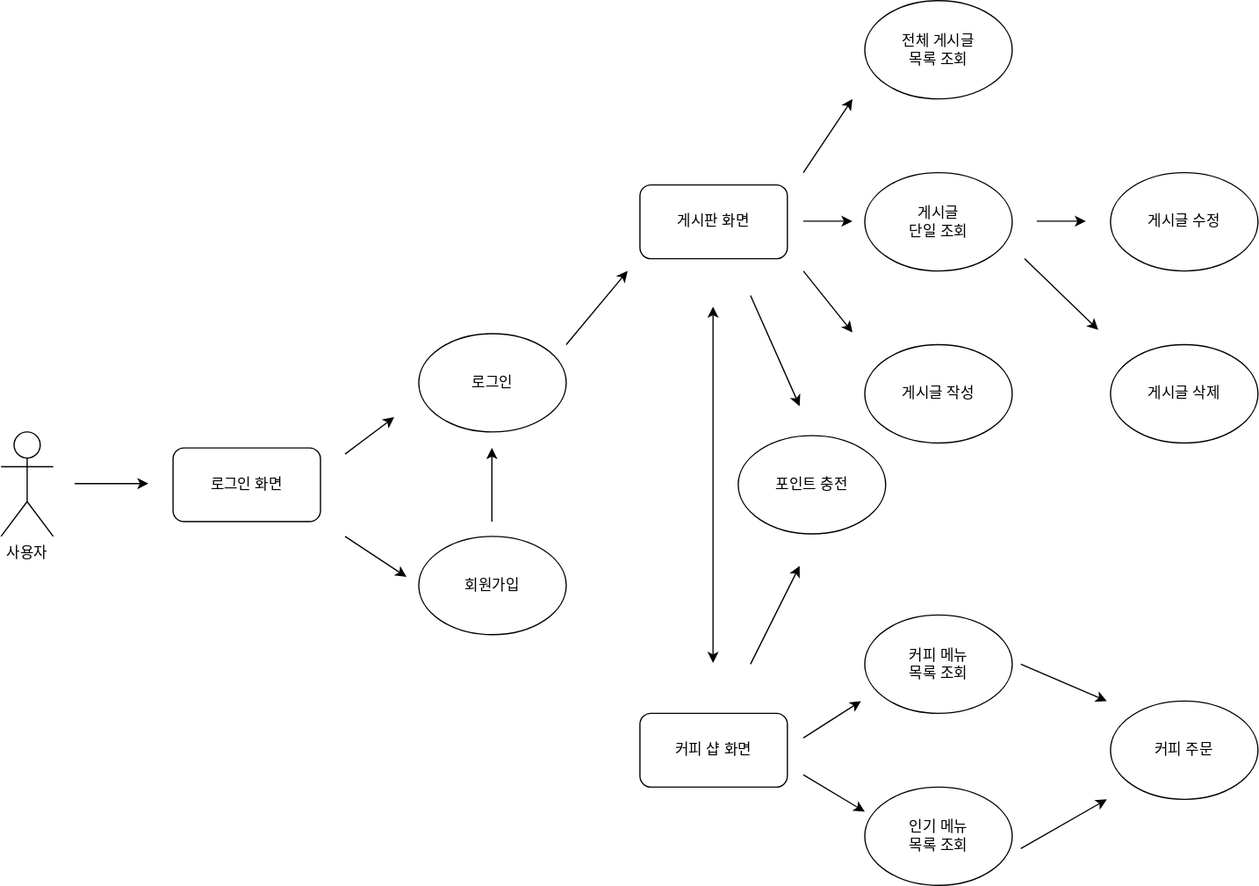
Before: docs/usecase.drawio.svg, a diagram exported from draw.io (nmin11/pre-voyage). Source tidied: cells renumbered, new cells last; positions are measured from the earlier drawing's top-left corner, leaving out a move shared by most shapes.
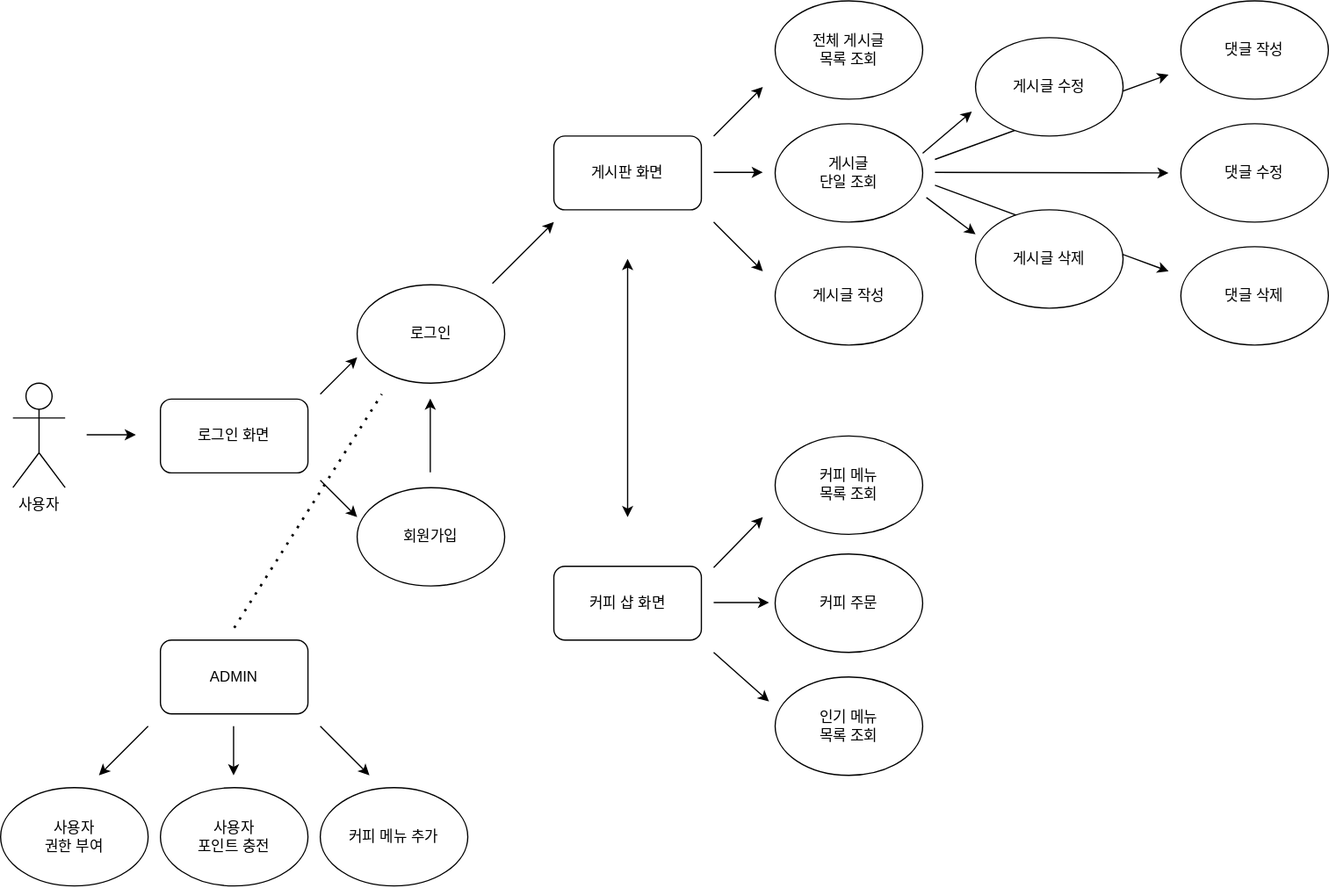
The same file after the commit.

Commit message:
docs: add missing use cases

Change to the diagram source:
```diff
@@ -6,148 +6,190 @@
       <mxGeometry y="351" width="42.5" height="85" as="geometry" />
     </mxCell>
     <mxCell id="3" value="회원가입" style="ellipse;whiteSpace=wrap;html=1;" parent="1" vertex="1">
-      <mxGeometry x="340" y="436" width="120" height="80" as="geometry" />
+      <mxGeometry x="280" y="436" width="120" height="80" as="geometry" />
     </mxCell>
     <mxCell id="4" value="로그인" style="ellipse;whiteSpace=wrap;html=1;" parent="1" vertex="1">
-      <mxGeometry x="340" y="271" width="120" height="80" as="geometry" />
+      <mxGeometry x="280" y="271" width="120" height="80" as="geometry" />
     </mxCell>
     <mxCell id="5" value="전체 게시글&lt;div&gt;목록 조회&lt;/div&gt;" style="ellipse;whiteSpace=wrap;html=1;" parent="1" vertex="1">
-      <mxGeometry x="703" width="120" height="80" as="geometry" />
+      <mxGeometry x="620" y="40" width="120" height="80" as="geometry" />
     </mxCell>
     <mxCell id="6" value="게시글 작성" style="ellipse;whiteSpace=wrap;html=1;" parent="1" vertex="1">
-      <mxGeometry x="703" y="280" width="120" height="80" as="geometry" />
+      <mxGeometry x="620" y="240" width="120" height="80" as="geometry" />
     </mxCell>
     <mxCell id="7" value="게시글&lt;div&gt;단일 조회&lt;/div&gt;" style="ellipse;whiteSpace=wrap;html=1;" parent="1" vertex="1">
-      <mxGeometry x="703" y="140" width="120" height="80" as="geometry" />
+      <mxGeometry x="620" y="140" width="120" height="80" as="geometry" />
     </mxCell>
     <mxCell id="8" value="로그인 화면" style="rounded=1;whiteSpace=wrap;html=1;" parent="1" vertex="1">
-      <mxGeometry x="140" y="364" width="120" height="60" as="geometry" />
+      <mxGeometry x="120" y="364" width="120" height="60" as="geometry" />
     </mxCell>
     <mxCell id="9" value="게시판 화면" style="rounded=1;whiteSpace=wrap;html=1;" parent="1" vertex="1">
-      <mxGeometry x="520" y="150" width="120" height="60" as="geometry" />
+      <mxGeometry x="440" y="150" width="120" height="60" as="geometry" />
     </mxCell>
     <mxCell id="10" value="커피 샵 화면" style="rounded=1;whiteSpace=wrap;html=1;" parent="1" vertex="1">
-      <mxGeometry x="520" y="580" width="120" height="60" as="geometry" />
+      <mxGeometry x="440" y="500" width="120" height="60" as="geometry" />
     </mxCell>
     <mxCell id="11" style="endArrow=classic;html=1;rounded=0;" parent="1" edge="1">
       <mxGeometry relative="1" as="geometry">
         <mxPoint x="60" y="393" as="sourcePoint" />
-        <mxPoint x="120" y="393" as="targetPoint" />
+        <mxPoint x="100" y="393" as="targetPoint" />
       </mxGeometry>
     </mxCell>
-    <mxCell id="12" style="endArrow=classic;html=1;rounded=0;" parent="1" edge="1">
-      <mxGeometry relative="1" as="geometry">
-        <mxPoint x="280" y="369" as="sourcePoint" />
-        <mxPoint x="320" y="339" as="targetPoint" />
-      </mxGeometry>
-    </mxCell>
-    <mxCell id="13" style="endArrow=classic;html=1;rounded=0;" parent="1" edge="1">
-      <mxGeometry relative="1" as="geometry">
-        <mxPoint x="280" y="436" as="sourcePoint" />
-        <mxPoint x="330" y="469" as="targetPoint" />
-      </mxGeometry>
-    </mxCell>
     <mxCell id="14" style="endArrow=classic;html=1;rounded=0;" parent="1" edge="1">
       <mxGeometry relative="1" as="geometry">
-        <mxPoint x="399.5" y="424" as="sourcePoint" />
-        <mxPoint x="399.5" y="364" as="targetPoint" />
+        <mxPoint x="339.5" y="423.5" as="sourcePoint" />
+        <mxPoint x="339.5" y="363.5" as="targetPoint" />
       </mxGeometry>
     </mxCell>
-    <mxCell id="15" value="게시글 수정" style="ellipse;whiteSpace=wrap;html=1;" parent="1" vertex="1">
-      <mxGeometry x="903" y="140" width="120" height="80" as="geometry" />
-    </mxCell>
-    <mxCell id="16" value="게시글 삭제" style="ellipse;whiteSpace=wrap;html=1;" parent="1" vertex="1">
-      <mxGeometry x="903" y="280" width="120" height="80" as="geometry" />
-    </mxCell>
-    <mxCell id="17" style="endArrow=classic;html=1;rounded=0;" parent="1" edge="1">
-      <mxGeometry relative="1" as="geometry">
-        <mxPoint x="653" y="179.5" as="sourcePoint" />
-        <mxPoint x="693" y="179.5" as="targetPoint" />
-      </mxGeometry>
-    </mxCell>
-    <mxCell id="18" style="endArrow=classic;html=1;rounded=0;" parent="1" edge="1">
-      <mxGeometry relative="1" as="geometry">
-        <mxPoint x="843" y="179.5" as="sourcePoint" />
-        <mxPoint x="883" y="179.5" as="targetPoint" />
-      </mxGeometry>
-    </mxCell>
-    <mxCell id="19" style="endArrow=classic;html=1;rounded=0;" parent="1" edge="1">
-      <mxGeometry relative="1" as="geometry">
-        <mxPoint x="653" y="140" as="sourcePoint" />
-        <mxPoint x="693" y="80" as="targetPoint" />
-      </mxGeometry>
-    </mxCell>
-    <mxCell id="20" style="endArrow=classic;html=1;rounded=0;" parent="1" edge="1">
-      <mxGeometry relative="1" as="geometry">
-        <mxPoint x="653" y="220" as="sourcePoint" />
-        <mxPoint x="693" y="270" as="targetPoint" />
-      </mxGeometry>
-    </mxCell>
-    <mxCell id="21" style="endArrow=classic;html=1;rounded=0;" parent="1" edge="1">
-      <mxGeometry relative="1" as="geometry">
-        <mxPoint x="833" y="210" as="sourcePoint" />
-        <mxPoint x="893" y="268" as="targetPoint" />
-      </mxGeometry>
-    </mxCell>
     <mxCell id="22" value="커피 메뉴&lt;div&gt;목록 조회&lt;/div&gt;" style="ellipse;whiteSpace=wrap;html=1;" parent="1" vertex="1">
-      <mxGeometry x="703" y="500" width="120" height="80" as="geometry" />
+      <mxGeometry x="620" y="394" width="120" height="80" as="geometry" />
     </mxCell>
-    <mxCell id="23" value="포인트 충전" style="ellipse;whiteSpace=wrap;html=1;" parent="1" vertex="1">
-      <mxGeometry x="600" y="354" width="120" height="80" as="geometry" />
+    <mxCell id="23" value="사용자&lt;br&gt;권한 부여" style="ellipse;whiteSpace=wrap;html=1;" parent="1" vertex="1">
+      <mxGeometry x="-10" y="680" width="120" height="80" as="geometry" />
     </mxCell>
     <mxCell id="24" value="커피 주문" style="ellipse;whiteSpace=wrap;html=1;" parent="1" vertex="1">
-      <mxGeometry x="903" y="570" width="120" height="80" as="geometry" />
+      <mxGeometry x="620" y="490" width="120" height="80" as="geometry" />
     </mxCell>
     <mxCell id="25" value="인기 메뉴&lt;div&gt;목록 조회&lt;/div&gt;" style="ellipse;whiteSpace=wrap;html=1;" parent="1" vertex="1">
-      <mxGeometry x="703" y="640" width="120" height="80" as="geometry" />
+      <mxGeometry x="620" y="590" width="120" height="80" as="geometry" />
     </mxCell>
-    <mxCell id="26" style="endArrow=classic;html=1;rounded=0;" parent="1" edge="1">
-      <mxGeometry relative="1" as="geometry">
-        <mxPoint x="460" y="280" as="sourcePoint" />
-        <mxPoint x="510" y="220" as="targetPoint" />
-      </mxGeometry>
-    </mxCell>
     <mxCell id="27" style="endArrow=classic;startArrow=classic;html=1;rounded=0;" parent="1" edge="1">
       <mxGeometry relative="1" as="geometry">
-        <mxPoint x="579.5" y="539" as="sourcePoint" />
-        <mxPoint x="579.5" y="249" as="targetPoint" />
+        <mxPoint x="500" y="460" as="sourcePoint" />
+        <mxPoint x="500" y="250" as="targetPoint" />
       </mxGeometry>
     </mxCell>
-    <mxCell id="28" style="endArrow=classic;html=1;rounded=0;" parent="1" edge="1">
-      <mxGeometry relative="1" as="geometry">
-        <mxPoint x="610" y="240" as="sourcePoint" />
-        <mxPoint x="650" y="330" as="targetPoint" />
-      </mxGeometry>
-    </mxCell>
-    <mxCell id="29" style="endArrow=classic;html=1;rounded=0;" parent="1" edge="1">
-      <mxGeometry relative="1" as="geometry">
-        <mxPoint x="610" y="540" as="sourcePoint" />
-        <mxPoint x="650" y="460" as="targetPoint" />
-      </mxGeometry>
-    </mxCell>
-    <mxCell id="30" style="endArrow=classic;html=1;rounded=0;" parent="1" edge="1">
-      <mxGeometry relative="1" as="geometry">
-        <mxPoint x="653" y="600" as="sourcePoint" />
-        <mxPoint x="700" y="570" as="targetPoint" />
-      </mxGeometry>
-    </mxCell>
-    <mxCell id="31" style="endArrow=classic;html=1;rounded=0;" parent="1" edge="1">
-      <mxGeometry relative="1" as="geometry">
-        <mxPoint x="653" y="630" as="sourcePoint" />
-        <mxPoint x="703" y="660" as="targetPoint" />
-      </mxGeometry>
-    </mxCell>
-    <mxCell id="32" style="endArrow=classic;html=1;rounded=0;" parent="1" edge="1">
-      <mxGeometry relative="1" as="geometry">
-        <mxPoint x="830" y="540" as="sourcePoint" />
-        <mxPoint x="900" y="570" as="targetPoint" />
-      </mxGeometry>
-    </mxCell>
-    <mxCell id="33" style="endArrow=classic;html=1;rounded=0;" parent="1" edge="1">
-      <mxGeometry relative="1" as="geometry">
-        <mxPoint x="830" y="690" as="sourcePoint" />
-        <mxPoint x="900" y="650" as="targetPoint" />
-      </mxGeometry>
-    </mxCell>
+    <mxCell id="34" value="댓글 작성" style="ellipse;whiteSpace=wrap;html=1;" parent="1" vertex="1">
+      <mxGeometry x="950" y="40" width="120" height="80" as="geometry" />
+    </mxCell>
+    <mxCell id="35" value="댓글 수정" style="ellipse;whiteSpace=wrap;html=1;" parent="1" vertex="1">
+      <mxGeometry x="950" y="140" width="120" height="80" as="geometry" />
+    </mxCell>
+    <mxCell id="36" value="댓글 삭제" style="ellipse;whiteSpace=wrap;html=1;" parent="1" vertex="1">
+      <mxGeometry x="950" y="240" width="120" height="80" as="geometry" />
+    </mxCell>
+    <mxCell id="37" value="ADMIN" style="rounded=1;whiteSpace=wrap;html=1;" parent="1" vertex="1">
+      <mxGeometry x="120" y="560" width="120" height="60" as="geometry" />
+    </mxCell>
+    <mxCell id="38" value="사용자&lt;br&gt;포인트 충전" style="ellipse;whiteSpace=wrap;html=1;" parent="1" vertex="1">
+      <mxGeometry x="120" y="680" width="120" height="80" as="geometry" />
+    </mxCell>
+    <mxCell id="39" value="커피 메뉴 추가" style="ellipse;whiteSpace=wrap;html=1;" parent="1" vertex="1">
+      <mxGeometry x="250" y="680" width="120" height="80" as="geometry" />
+    </mxCell>
+    <mxCell id="40" style="endArrow=classic;html=1;rounded=0;" parent="1" edge="1">
+      <mxGeometry relative="1" as="geometry">
+        <mxPoint x="250" y="360" as="sourcePoint" />
+        <mxPoint x="280" y="330" as="targetPoint" />
+      </mxGeometry>
+    </mxCell>
+    <mxCell id="41" style="endArrow=classic;html=1;rounded=0;" parent="1" edge="1">
+      <mxGeometry relative="1" as="geometry">
+        <mxPoint x="250" y="430" as="sourcePoint" />
+        <mxPoint x="280" y="460" as="targetPoint" />
+      </mxGeometry>
+    </mxCell>
+    <mxCell id="42" style="endArrow=none;dashed=1;html=1;dashPattern=1 3;strokeWidth=2;rounded=0;" parent="1" edge="1">
+      <mxGeometry relative="1" as="geometry">
+        <mxPoint x="180" y="550" as="sourcePoint" />
+        <mxPoint x="300" y="360" as="targetPoint" />
+      </mxGeometry>
+    </mxCell>
+    <mxCell id="43" style="endArrow=classic;html=1;rounded=0;" parent="1" edge="1">
+      <mxGeometry relative="1" as="geometry">
+        <mxPoint x="390" y="270" as="sourcePoint" />
+        <mxPoint x="440" y="220" as="targetPoint" />
+      </mxGeometry>
+    </mxCell>
+    <mxCell id="44" style="endArrow=classic;html=1;rounded=0;" parent="1" edge="1">
+      <mxGeometry relative="1" as="geometry">
+        <mxPoint x="110" y="630" as="sourcePoint" />
+        <mxPoint x="70" y="670" as="targetPoint" />
+      </mxGeometry>
+    </mxCell>
+    <mxCell id="45" style="endArrow=classic;html=1;rounded=0;" parent="1" edge="1">
+      <mxGeometry relative="1" as="geometry">
+        <mxPoint x="250" y="630" as="sourcePoint" />
+        <mxPoint x="290" y="670" as="targetPoint" />
+      </mxGeometry>
+    </mxCell>
+    <mxCell id="46" style="endArrow=classic;html=1;rounded=0;" parent="1" edge="1">
+      <mxGeometry relative="1" as="geometry">
+        <mxPoint x="179.5" y="630" as="sourcePoint" />
+        <mxPoint x="179.5" y="670" as="targetPoint" />
+      </mxGeometry>
+    </mxCell>
+    <mxCell id="47" style="endArrow=classic;html=1;rounded=0;" parent="1" edge="1">
+      <mxGeometry relative="1" as="geometry">
+        <mxPoint x="570" y="501" as="sourcePoint" />
+        <mxPoint x="610" y="460" as="targetPoint" />
+      </mxGeometry>
+    </mxCell>
+    <mxCell id="48" style="endArrow=classic;html=1;rounded=0;" parent="1" edge="1">
+      <mxGeometry relative="1" as="geometry">
+        <mxPoint x="570" y="529.5" as="sourcePoint" />
+        <mxPoint x="615" y="529.5" as="targetPoint" />
+      </mxGeometry>
+    </mxCell>
+    <mxCell id="49" style="endArrow=classic;html=1;rounded=0;" parent="1" edge="1">
+      <mxGeometry relative="1" as="geometry">
+        <mxPoint x="570" y="570" as="sourcePoint" />
+        <mxPoint x="615" y="610" as="targetPoint" />
+      </mxGeometry>
+    </mxCell>
+    <mxCell id="50" style="endArrow=classic;html=1;rounded=0;" parent="1" edge="1">
+      <mxGeometry relative="1" as="geometry">
+        <mxPoint x="570" y="150" as="sourcePoint" />
+        <mxPoint x="610" y="110" as="targetPoint" />
+      </mxGeometry>
+    </mxCell>
+    <mxCell id="51" style="endArrow=classic;html=1;rounded=0;" parent="1" edge="1">
+      <mxGeometry relative="1" as="geometry">
+        <mxPoint x="570" y="179.5" as="sourcePoint" />
+        <mxPoint x="610" y="179.5" as="targetPoint" />
+      </mxGeometry>
+    </mxCell>
+    <mxCell id="52" style="endArrow=classic;html=1;rounded=0;" parent="1" edge="1">
+      <mxGeometry relative="1" as="geometry">
+        <mxPoint x="570" y="220" as="sourcePoint" />
+        <mxPoint x="610" y="260" as="targetPoint" />
+      </mxGeometry>
+    </mxCell>
+    <mxCell id="53" style="endArrow=classic;html=1;rounded=0;" parent="1" edge="1">
+      <mxGeometry relative="1" as="geometry">
+        <mxPoint x="740" y="164" as="sourcePoint" />
+        <mxPoint x="780" y="130" as="targetPoint" />
+      </mxGeometry>
+    </mxCell>
+    <mxCell id="54" style="endArrow=classic;html=1;rounded=0;" parent="1" edge="1">
+      <mxGeometry relative="1" as="geometry">
+        <mxPoint x="743" y="200" as="sourcePoint" />
+        <mxPoint x="783" y="230" as="targetPoint" />
+      </mxGeometry>
+    </mxCell>
+    <mxCell id="55" style="endArrow=classic;html=1;rounded=0;" parent="1" edge="1">
+      <mxGeometry relative="1" as="geometry">
+        <mxPoint x="750" y="169" as="sourcePoint" />
+        <mxPoint x="940" y="100" as="targetPoint" />
+      </mxGeometry>
+    </mxCell>
+    <mxCell id="15" value="게시글 수정" style="ellipse;whiteSpace=wrap;html=1;" parent="1" vertex="1">
+      <mxGeometry x="783" y="70" width="120" height="80" as="geometry" />
+    </mxCell>
+    <mxCell id="56" style="endArrow=classic;html=1;rounded=0;" parent="1" edge="1">
+      <mxGeometry relative="1" as="geometry">
+        <mxPoint x="750" y="179.5" as="sourcePoint" />
+        <mxPoint x="940" y="180" as="targetPoint" />
+      </mxGeometry>
+    </mxCell>
+    <mxCell id="57" style="endArrow=classic;html=1;rounded=0;" parent="1" edge="1">
+      <mxGeometry relative="1" as="geometry">
+        <mxPoint x="750" y="190" as="sourcePoint" />
+        <mxPoint x="940" y="260" as="targetPoint" />
+      </mxGeometry>
+    </mxCell>
+    <mxCell id="16" value="게시글 삭제" style="ellipse;whiteSpace=wrap;html=1;" parent="1" vertex="1">
+      <mxGeometry x="783" y="210" width="120" height="80" as="geometry" />
+    </mxCell>
   </root>
 </mxGraphModel>
```
